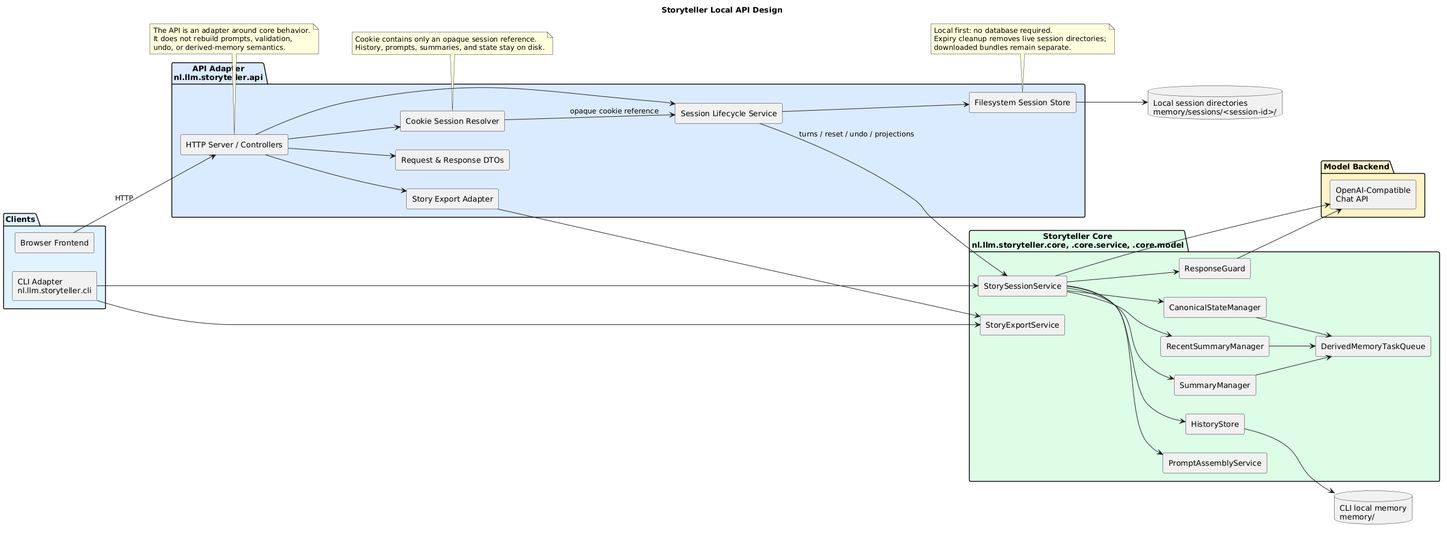
This is docs/architecture/03-storyteller-api-design.png from jbrugman/Assistant, a PlantUML export, as it was before one commit.
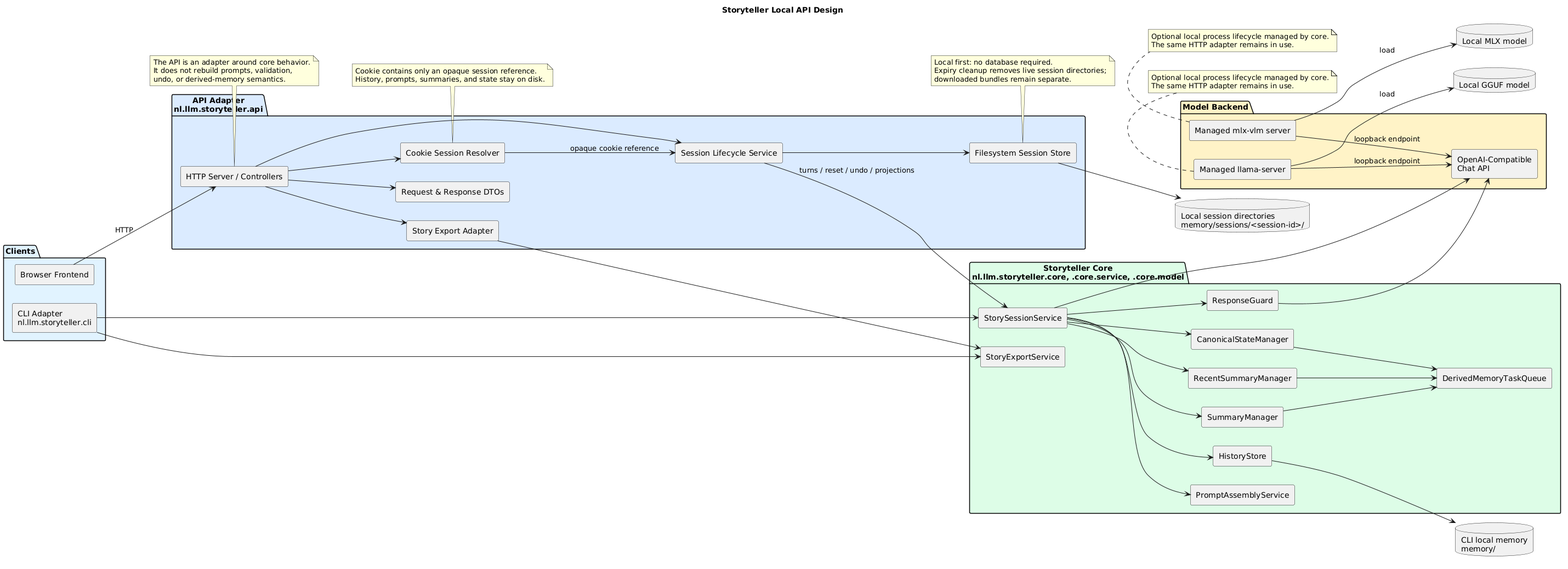
After the change.

What changed in the source:
```diff
@@ -34,10 +34,14 @@
 
 package "Model Backend" #FEF3C7 {
   [OpenAI-Compatible\nChat API]
+  [Managed llama-server]
+  [Managed mlx-vlm server]
 }
 
 database "Local session directories\nmemory/sessions/<session-id>/" as SessionFiles
 database "CLI local memory\nmemory/" as CliFiles
+database "Local GGUF model" as GgufModel
+database "Local MLX model" as MlxModel
 
 [Browser Frontend] --> [HTTP Server / Controllers] : HTTP
 [HTTP Server / Controllers] --> [Request & Response DTOs]
@@ -65,6 +69,10 @@
 [CanonicalStateManager] --> [DerivedMemoryTaskQueue]
 [ResponseGuard] --> [OpenAI-Compatible\nChat API]
 [StorySessionService] --> [OpenAI-Compatible\nChat API]
+[Managed llama-server] --> [OpenAI-Compatible\nChat API] : loopback endpoint
+[Managed llama-server] --> GgufModel : load
+[Managed mlx-vlm server] --> [OpenAI-Compatible\nChat API] : loopback endpoint
+[Managed mlx-vlm server] --> MlxModel : load
 
 note bottom of [Cookie Session Resolver]
 Cookie contains only an opaque session reference.
@@ -77,6 +85,16 @@
 undo, or derived-memory semantics.
 end note
 
+note bottom of [Managed llama-server]
+Optional local process lifecycle managed by core.
+The same HTTP adapter remains in use.
+end note
+
+note bottom of [Managed mlx-vlm server]
+Optional local process lifecycle managed by core.
+The same HTTP adapter remains in use.
+end note
+
 note bottom of [Filesystem Session Store]
 Local first: no database required.
 Expiry cleanup removes live session directories;
```
